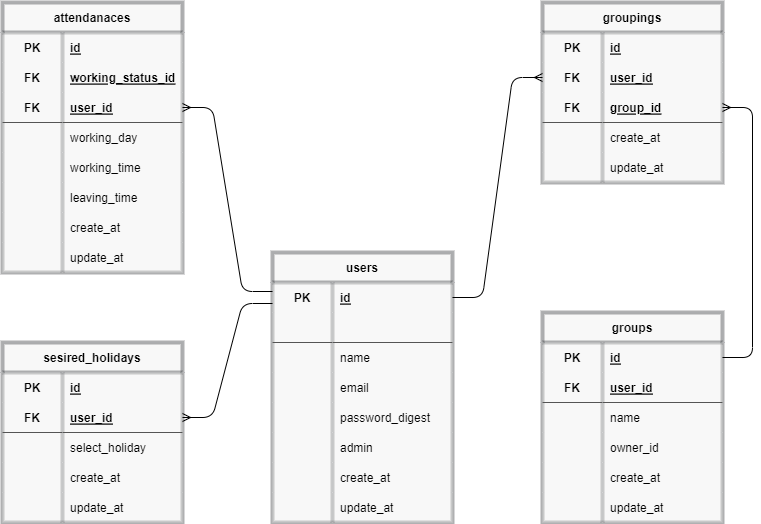
Earlier version of the draw.io export app/assets/images/sotsugyou_ERzu.png (tadao050707/kiboukyu_app). Source tidied: cells renumbered, new cells last; positions are measured from the earlier drawing's top-left corner, leaving out a move shared by most shapes.
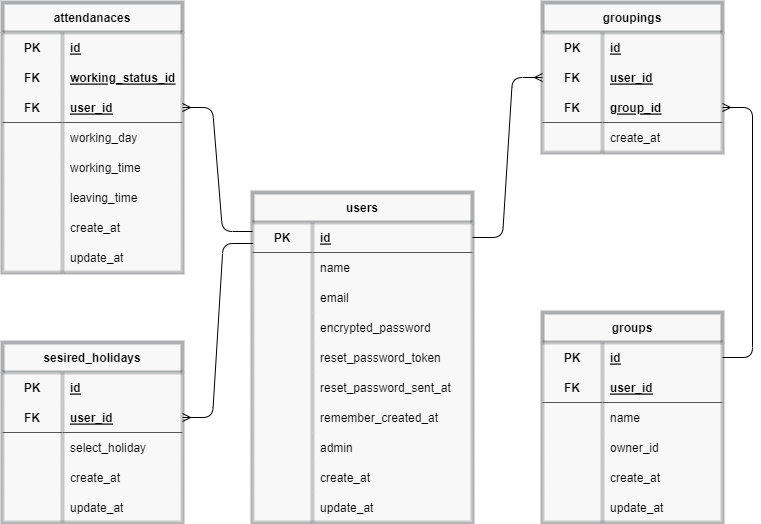
The same diagram one commit later.

What changed in the source:
```diff
@@ -51,7 +51,7 @@
       <mxGeometry x="60" width="120" height="30" as="geometry" />
     </mxCell>
     <mxCell id="18" value="groupings" style="shape=table;startSize=30;rowLines=0;fontStyle=1;align=center;fillColor=#eeeeee;strokeColor=#36393d;opacity=40;strokeWidth=4;" parent="1" vertex="1">
-      <mxGeometry x="540" width="180" height="180" as="geometry" />
+      <mxGeometry x="540" width="180" height="150" as="geometry" />
     </mxCell>
     <mxCell id="19" style="shape=tableRow;horizontal=0;startSize=0;swimlaneHead=0;swimlaneBody=0;fillColor=none;top=0;left=0;right=0;bottom=0;" parent="18" vertex="1">
       <mxGeometry y="30" width="180" height="30" as="geometry" />
@@ -89,15 +89,6 @@
     <mxCell id="30" value="create_at" style="shape=partialRectangle;fillColor=#eeeeee;top=0;left=0;bottom=0;right=0;align=left;spacingLeft=6;overflow=hidden;strokeColor=#36393d;opacity=40;strokeWidth=3;" parent="28" vertex="1">
       <mxGeometry x="60" width="120" height="30" as="geometry" />
     </mxCell>
-    <mxCell id="31" style="shape=tableRow;horizontal=0;startSize=0;swimlaneHead=0;swimlaneBody=0;fillColor=none;top=0;left=0;right=0;bottom=0;" parent="18" vertex="1">
-      <mxGeometry y="150" width="180" height="30" as="geometry" />
-    </mxCell>
-    <mxCell id="32" style="shape=partialRectangle;fillColor=#eeeeee;top=0;left=0;bottom=0;right=0;overflow=hidden;strokeColor=#36393d;opacity=40;strokeWidth=3;" parent="31" vertex="1">
-      <mxGeometry width="60" height="30" as="geometry" />
-    </mxCell>
-    <mxCell id="33" value="update_at" style="shape=partialRectangle;fillColor=#eeeeee;top=0;left=0;bottom=0;right=0;align=left;spacingLeft=6;overflow=hidden;strokeColor=#36393d;opacity=40;strokeWidth=3;" parent="31" vertex="1">
-      <mxGeometry x="60" width="120" height="30" as="geometry" />
-    </mxCell>
     <mxCell id="34" value="groups" style="shape=table;startSize=30;rowLines=0;fontStyle=1;align=center;fillColor=#eeeeee;strokeColor=#36393d;opacity=40;strokeWidth=4;" parent="1" vertex="1">
       <mxGeometry x="540" y="310" width="180" height="210" as="geometry" />
     </mxCell>
@@ -156,79 +147,97 @@
       <mxGeometry x="60" width="120" height="30" as="geometry" />
     </mxCell>
     <mxCell id="53" value="users" style="shape=table;startSize=30;rowLines=0;fontStyle=1;align=center;fillColor=#eeeeee;strokeColor=#36393d;opacity=40;strokeWidth=4;" parent="1" vertex="1">
-      <mxGeometry x="270" y="250" width="180" height="270" as="geometry" />
+      <mxGeometry x="250" y="190" width="220" height="330" as="geometry" />
     </mxCell>
-    <mxCell id="54" style="shape=tableRow;horizontal=0;startSize=0;swimlaneHead=0;swimlaneBody=0;fillColor=none;points=[[0,0.5],[1,0.5]];portConstraint=eastwest;top=0;left=0;right=0;bottom=0;" parent="53" vertex="1">
-      <mxGeometry y="30" width="180" height="30" as="geometry" />
-    </mxCell>
-    <mxCell id="55" value="PK" style="shape=partialRectangle;fillColor=#eeeeee;top=0;left=0;bottom=0;right=0;fontStyle=1;overflow=hidden;strokeColor=#36393d;opacity=40;strokeWidth=3;" parent="54" vertex="1">
-      <mxGeometry width="60" height="30" as="geometry" />
-    </mxCell>
-    <mxCell id="56" value="id" style="shape=partialRectangle;fillColor=#eeeeee;top=0;left=0;bottom=0;right=0;align=left;spacingLeft=6;fontStyle=5;overflow=hidden;strokeColor=#36393d;opacity=40;strokeWidth=3;" parent="54" vertex="1">
-      <mxGeometry x="60" width="120" height="30" as="geometry" />
-    </mxCell>
     <mxCell id="57" style="shape=tableRow;horizontal=0;startSize=0;swimlaneHead=0;swimlaneBody=0;fillColor=none;points=[[0,0.5],[1,0.5]];portConstraint=eastwest;top=0;left=0;right=0;bottom=1;" parent="53" vertex="1">
-      <mxGeometry y="60" width="180" height="30" as="geometry" />
+      <mxGeometry y="30" width="220" height="30" as="geometry" />
     </mxCell>
-    <mxCell id="58" style="shape=partialRectangle;fillColor=#eeeeee;top=0;left=0;bottom=0;right=0;fontStyle=1;overflow=hidden;strokeColor=#36393d;opacity=40;strokeWidth=3;" parent="57" vertex="1">
+    <mxCell id="58" value="PK" style="shape=partialRectangle;fillColor=#eeeeee;top=0;left=0;bottom=0;right=0;fontStyle=1;overflow=hidden;strokeColor=#36393d;opacity=40;strokeWidth=3;" parent="57" vertex="1">
       <mxGeometry width="60" height="30" as="geometry" />
     </mxCell>
-    <mxCell id="59" style="shape=partialRectangle;fillColor=#eeeeee;top=0;left=0;bottom=0;right=0;align=left;spacingLeft=6;fontStyle=5;overflow=hidden;strokeColor=#36393d;opacity=40;strokeWidth=3;" parent="57" vertex="1">
-      <mxGeometry x="60" width="120" height="30" as="geometry" />
+    <mxCell id="59" value="id" style="shape=partialRectangle;fillColor=#eeeeee;top=0;left=0;bottom=0;right=0;align=left;spacingLeft=6;fontStyle=5;overflow=hidden;strokeColor=#36393d;opacity=40;strokeWidth=3;" parent="57" vertex="1">
+      <mxGeometry x="60" width="160" height="30" as="geometry" />
     </mxCell>
     <mxCell id="60" style="shape=tableRow;horizontal=0;startSize=0;swimlaneHead=0;swimlaneBody=0;fillColor=none;top=0;left=0;right=0;bottom=0;" parent="53" vertex="1">
-      <mxGeometry y="90" width="180" height="30" as="geometry" />
+      <mxGeometry y="60" width="220" height="30" as="geometry" />
     </mxCell>
     <mxCell id="61" style="shape=partialRectangle;fillColor=#eeeeee;top=0;left=0;bottom=0;right=0;overflow=hidden;strokeColor=#36393d;opacity=40;strokeWidth=3;" parent="60" vertex="1">
       <mxGeometry width="60" height="30" as="geometry" />
     </mxCell>
     <mxCell id="62" value="name" style="shape=partialRectangle;fillColor=#eeeeee;top=0;left=0;bottom=0;right=0;align=left;spacingLeft=6;overflow=hidden;strokeColor=#36393d;opacity=40;strokeWidth=3;" parent="60" vertex="1">
-      <mxGeometry x="60" width="120" height="30" as="geometry" />
+      <mxGeometry x="60" width="160" height="30" as="geometry" />
     </mxCell>
     <mxCell id="63" style="shape=tableRow;horizontal=0;startSize=0;swimlaneHead=0;swimlaneBody=0;fillColor=none;top=0;left=0;right=0;bottom=0;" parent="53" vertex="1">
-      <mxGeometry y="120" width="180" height="30" as="geometry" />
+      <mxGeometry y="90" width="220" height="30" as="geometry" />
     </mxCell>
     <mxCell id="64" style="shape=partialRectangle;fillColor=#eeeeee;top=0;left=0;bottom=0;right=0;overflow=hidden;strokeColor=#36393d;opacity=40;strokeWidth=3;" parent="63" vertex="1">
       <mxGeometry width="60" height="30" as="geometry" />
     </mxCell>
     <mxCell id="65" value="email" style="shape=partialRectangle;fillColor=#eeeeee;top=0;left=0;bottom=0;right=0;align=left;spacingLeft=6;overflow=hidden;strokeColor=#36393d;opacity=40;strokeWidth=3;" parent="63" vertex="1">
-      <mxGeometry x="60" width="120" height="30" as="geometry" />
+      <mxGeometry x="60" width="160" height="30" as="geometry" />
     </mxCell>
     <mxCell id="66" style="shape=tableRow;horizontal=0;startSize=0;swimlaneHead=0;swimlaneBody=0;fillColor=none;top=0;left=0;right=0;bottom=0;" parent="53" vertex="1">
-      <mxGeometry y="150" width="180" height="30" as="geometry" />
+      <mxGeometry y="120" width="220" height="30" as="geometry" />
     </mxCell>
     <mxCell id="67" style="shape=partialRectangle;fillColor=#eeeeee;top=0;left=0;bottom=0;right=0;overflow=hidden;strokeColor=#36393d;opacity=40;strokeWidth=3;" parent="66" vertex="1">
       <mxGeometry width="60" height="30" as="geometry" />
     </mxCell>
-    <mxCell id="68" value="password_digest" style="shape=partialRectangle;fillColor=#eeeeee;top=0;left=0;bottom=0;right=0;align=left;spacingLeft=6;overflow=hidden;strokeColor=#36393d;opacity=40;strokeWidth=3;" parent="66" vertex="1">
-      <mxGeometry x="60" width="120" height="30" as="geometry" />
+    <mxCell id="68" value="encrypted_password" style="shape=partialRectangle;fillColor=#eeeeee;top=0;left=0;bottom=0;right=0;align=left;spacingLeft=6;overflow=hidden;strokeColor=#36393d;opacity=40;strokeWidth=3;" parent="66" vertex="1">
+      <mxGeometry x="60" width="160" height="30" as="geometry" />
     </mxCell>
+    <mxCell id="107" style="shape=tableRow;horizontal=0;startSize=0;swimlaneHead=0;swimlaneBody=0;fillColor=none;top=0;left=0;right=0;bottom=0;" parent="53" vertex="1">
+      <mxGeometry y="150" width="220" height="30" as="geometry" />
+    </mxCell>
+    <mxCell id="108" style="shape=partialRectangle;fillColor=#eeeeee;top=0;left=0;bottom=0;right=0;overflow=hidden;strokeColor=#36393d;opacity=40;strokeWidth=3;" parent="107" vertex="1">
+      <mxGeometry width="60" height="30" as="geometry" />
+    </mxCell>
+    <mxCell id="109" value="reset_password_token" style="shape=partialRectangle;fillColor=#eeeeee;top=0;left=0;bottom=0;right=0;align=left;spacingLeft=6;overflow=hidden;strokeColor=#36393d;opacity=40;strokeWidth=3;" parent="107" vertex="1">
+      <mxGeometry x="60" width="160" height="30" as="geometry" />
+    </mxCell>
+    <mxCell id="110" style="shape=tableRow;horizontal=0;startSize=0;swimlaneHead=0;swimlaneBody=0;fillColor=none;top=0;left=0;right=0;bottom=0;" parent="53" vertex="1">
+      <mxGeometry y="180" width="220" height="30" as="geometry" />
+    </mxCell>
+    <mxCell id="111" style="shape=partialRectangle;fillColor=#eeeeee;top=0;left=0;bottom=0;right=0;overflow=hidden;strokeColor=#36393d;opacity=40;strokeWidth=3;" parent="110" vertex="1">
+      <mxGeometry width="60" height="30" as="geometry" />
+    </mxCell>
+    <mxCell id="112" value="reset_password_sent_at" style="shape=partialRectangle;fillColor=#eeeeee;top=0;left=0;bottom=0;right=0;align=left;spacingLeft=6;overflow=hidden;strokeColor=#36393d;opacity=40;strokeWidth=3;" parent="110" vertex="1">
+      <mxGeometry x="60" width="160" height="30" as="geometry" />
+    </mxCell>
+    <mxCell id="113" style="shape=tableRow;horizontal=0;startSize=0;swimlaneHead=0;swimlaneBody=0;fillColor=none;top=0;left=0;right=0;bottom=0;" parent="53" vertex="1">
+      <mxGeometry y="210" width="220" height="30" as="geometry" />
+    </mxCell>
+    <mxCell id="114" style="shape=partialRectangle;fillColor=#eeeeee;top=0;left=0;bottom=0;right=0;overflow=hidden;strokeColor=#36393d;opacity=40;strokeWidth=3;" parent="113" vertex="1">
+      <mxGeometry width="60" height="30" as="geometry" />
+    </mxCell>
+    <mxCell id="115" value="remember_created_at" style="shape=partialRectangle;fillColor=#eeeeee;top=0;left=0;bottom=0;right=0;align=left;spacingLeft=6;overflow=hidden;strokeColor=#36393d;opacity=40;strokeWidth=3;" parent="113" vertex="1">
+      <mxGeometry x="60" width="160" height="30" as="geometry" />
+    </mxCell>
     <mxCell id="69" style="shape=tableRow;horizontal=0;startSize=0;swimlaneHead=0;swimlaneBody=0;fillColor=none;top=0;left=0;right=0;bottom=0;" parent="53" vertex="1">
-      <mxGeometry y="180" width="180" height="30" as="geometry" />
+      <mxGeometry y="240" width="220" height="30" as="geometry" />
     </mxCell>
     <mxCell id="70" style="shape=partialRectangle;fillColor=#eeeeee;top=0;left=0;bottom=0;right=0;overflow=hidden;strokeColor=#36393d;opacity=40;strokeWidth=3;" parent="69" vertex="1">
       <mxGeometry width="60" height="30" as="geometry" />
     </mxCell>
     <mxCell id="71" value="admin" style="shape=partialRectangle;fillColor=#eeeeee;top=0;left=0;bottom=0;right=0;align=left;spacingLeft=6;overflow=hidden;strokeColor=#36393d;opacity=40;strokeWidth=3;" parent="69" vertex="1">
-      <mxGeometry x="60" width="120" height="30" as="geometry" />
+      <mxGeometry x="60" width="160" height="30" as="geometry" />
     </mxCell>
     <mxCell id="72" style="shape=tableRow;horizontal=0;startSize=0;swimlaneHead=0;swimlaneBody=0;fillColor=none;top=0;left=0;right=0;bottom=0;" parent="53" vertex="1">
-      <mxGeometry y="210" width="180" height="30" as="geometry" />
+      <mxGeometry y="270" width="220" height="30" as="geometry" />
     </mxCell>
     <mxCell id="73" style="shape=partialRectangle;fillColor=#eeeeee;top=0;left=0;bottom=0;right=0;overflow=hidden;strokeColor=#36393d;opacity=40;strokeWidth=3;" parent="72" vertex="1">
       <mxGeometry width="60" height="30" as="geometry" />
     </mxCell>
     <mxCell id="74" value="create_at" style="shape=partialRectangle;fillColor=#eeeeee;top=0;left=0;bottom=0;right=0;align=left;spacingLeft=6;overflow=hidden;strokeColor=#36393d;opacity=40;strokeWidth=3;" parent="72" vertex="1">
-      <mxGeometry x="60" width="120" height="30" as="geometry" />
+      <mxGeometry x="60" width="160" height="30" as="geometry" />
     </mxCell>
     <mxCell id="75" style="shape=tableRow;horizontal=0;startSize=0;swimlaneHead=0;swimlaneBody=0;fillColor=none;top=0;left=0;right=0;bottom=0;" parent="53" vertex="1">
-      <mxGeometry y="240" width="180" height="30" as="geometry" />
+      <mxGeometry y="300" width="220" height="30" as="geometry" />
     </mxCell>
     <mxCell id="76" style="shape=partialRectangle;fillColor=#eeeeee;top=0;left=0;bottom=0;right=0;overflow=hidden;strokeColor=#36393d;opacity=40;strokeWidth=3;" parent="75" vertex="1">
       <mxGeometry width="60" height="30" as="geometry" />
     </mxCell>
     <mxCell id="77" value="update_at" style="shape=partialRectangle;fillColor=#eeeeee;top=0;left=0;bottom=0;right=0;align=left;spacingLeft=6;overflow=hidden;strokeColor=#36393d;opacity=40;strokeWidth=3;" parent="75" vertex="1">
-      <mxGeometry x="60" width="120" height="30" as="geometry" />
+      <mxGeometry x="60" width="160" height="30" as="geometry" />
     </mxCell>
     <mxCell id="78" value="attendanaces" style="shape=table;startSize=30;rowLines=0;fontStyle=1;align=center;fillColor=#eeeeee;strokeColor=#36393d;opacity=40;strokeWidth=4;" parent="1" vertex="1">
       <mxGeometry width="180" height="270" as="geometry" />
@@ -305,13 +314,13 @@
     <mxCell id="102" value="update_at" style="shape=partialRectangle;fillColor=#eeeeee;top=0;left=0;bottom=0;right=0;align=left;spacingLeft=6;overflow=hidden;strokeColor=#36393d;opacity=40;strokeWidth=3;" parent="100" vertex="1">
       <mxGeometry x="60" width="120" height="30" as="geometry" />
     </mxCell>
-    <mxCell id="103" style="edgeStyle=entityRelationEdgeStyle;fontSize=12;html=1;endArrow=ERmany;exitX=0;exitY=0.3;exitDx=0;exitDy=0;exitPerimeter=0;entryX=1;entryY=0.5;entryDx=0;entryDy=0;" parent="1" edge="1" source="54" target="85">
+    <mxCell id="103" style="edgeStyle=entityRelationEdgeStyle;fontSize=12;html=1;endArrow=ERmany;entryX=1;entryY=0.5;entryDx=0;entryDy=0;exitX=0;exitY=0.3;exitDx=0;exitDy=0;exitPerimeter=0;" parent="1" edge="1" source="57" target="85">
       <mxGeometry relative="1" as="geometry" />
     </mxCell>
-    <mxCell id="104" style="edgeStyle=entityRelationEdgeStyle;fontSize=12;html=1;endArrow=ERmany;exitX=0;exitY=0.7;exitDx=0;exitDy=0;exitPerimeter=0;entryX=1;entryY=0.5;entryDx=0;entryDy=0;" parent="1" edge="1" source="54" target="6">
+    <mxCell id="104" style="edgeStyle=entityRelationEdgeStyle;fontSize=12;html=1;endArrow=ERmany;entryX=1;entryY=0.5;entryDx=0;entryDy=0;exitX=0.003;exitY=0.7;exitDx=0;exitDy=0;exitPerimeter=0;" parent="1" edge="1" source="57" target="6">
       <mxGeometry relative="1" as="geometry" />
     </mxCell>
-    <mxCell id="105" style="edgeStyle=entityRelationEdgeStyle;fontSize=12;html=1;endArrow=ERmany;entryX=0;entryY=0.5;entryDx=0;entryDy=0;exitX=1;exitY=0.5;exitDx=0;exitDy=0;" parent="1" edge="1" source="54" target="22">
+    <mxCell id="105" style="edgeStyle=entityRelationEdgeStyle;fontSize=12;html=1;endArrow=ERmany;entryX=0;entryY=0.5;entryDx=0;entryDy=0;exitX=1;exitY=0.5;exitDx=0;exitDy=0;" parent="1" edge="1" source="57" target="22">
       <mxGeometry relative="1" as="geometry" />
     </mxCell>
     <mxCell id="106" style="edgeStyle=entityRelationEdgeStyle;fontSize=12;html=1;endArrow=ERmany;entryX=1;entryY=0.5;entryDx=0;entryDy=0;exitX=1;exitY=0.5;exitDx=0;exitDy=0;" parent="1" edge="1" source="35" target="25">
```
